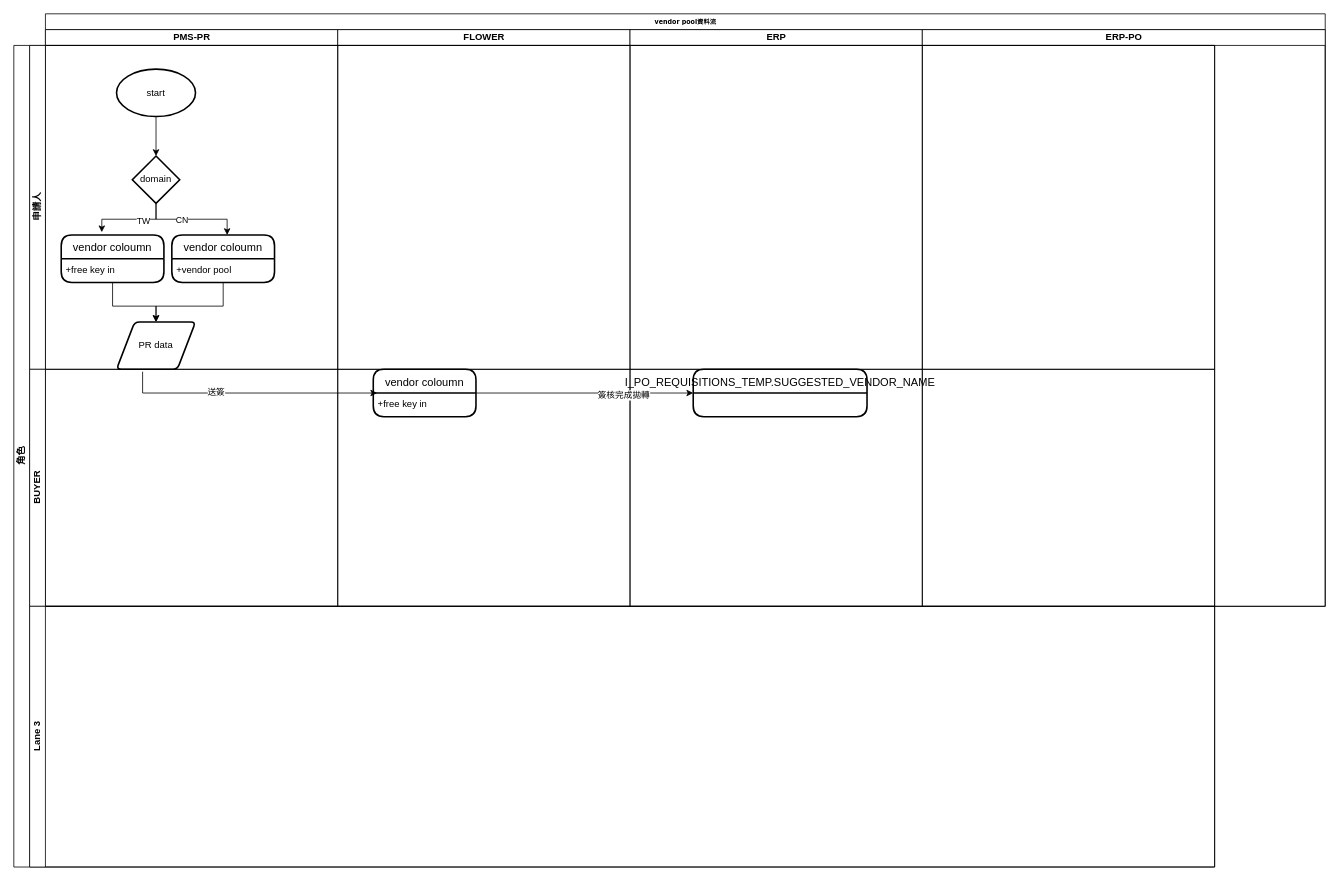
Above: 未命名绘图.drawio in kevin94705/HW3M10923023 (draw.io), before the change. Source tidied: cells renumbered, new cells numbered last; positions are measured from the earlier drawing's top-left corner, leaving out a move shared by most shapes. Both pictures are drawn from the tidied source at 79%, with x=0, y=0 at pixel (13, 13).
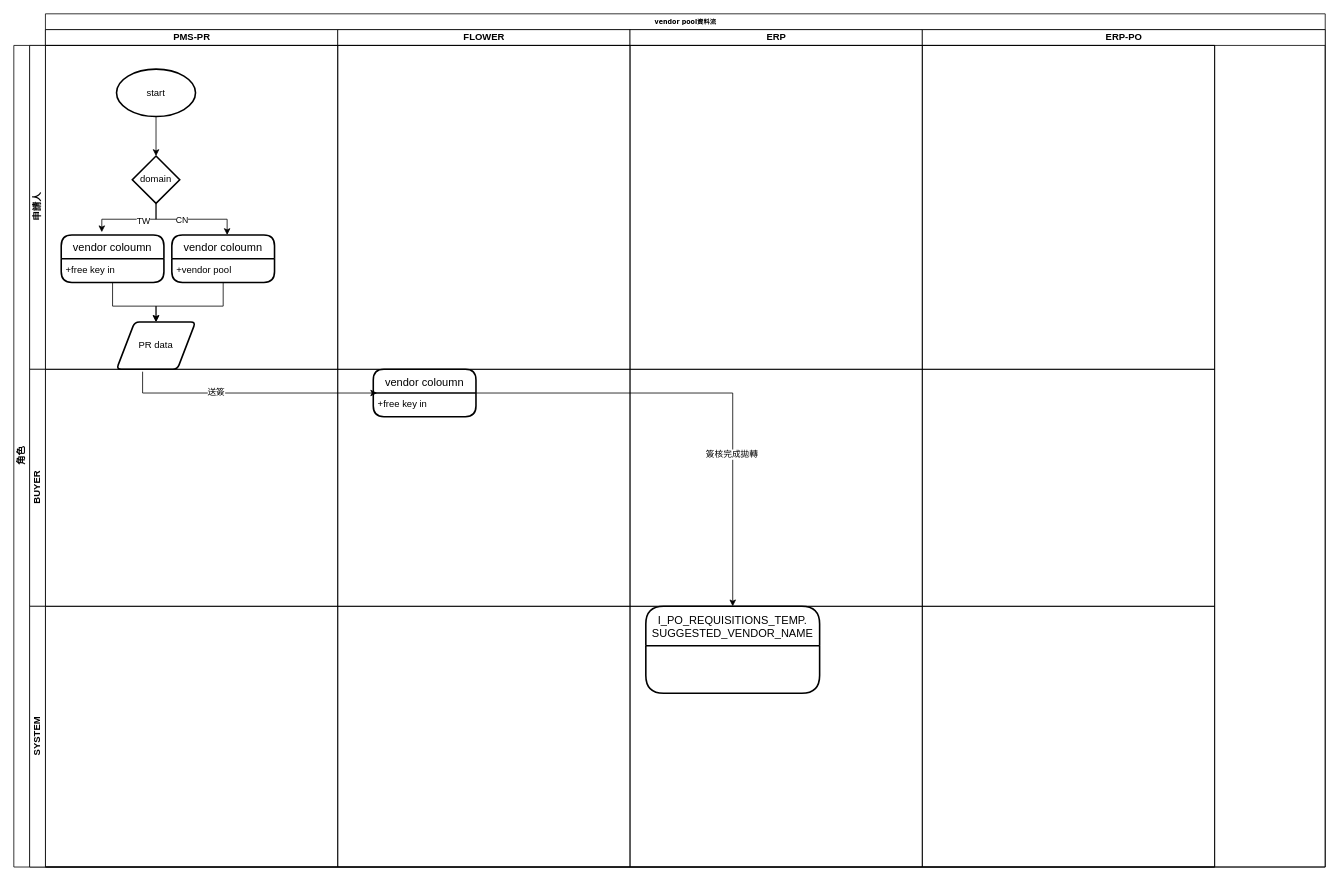
The same page after the edit.

Commit message:
更新未命名绘图.drawio

Unchanged cells that the change refers to:
```xml
<mxCell id="13" value="角色" style="swimlane;horizontal=0;startSize=20;html=1;" parent="1" vertex="1">
  <mxGeometry y="40" width="1520" height="1040" as="geometry" />
</mxCell>
<mxCell id="19" value="BUYER" style="swimlane;startSize=20;horizontal=0;html=1;" parent="13" vertex="1">
  <mxGeometry x="20" y="410" width="1500" height="300" as="geometry" />
</mxCell>
<mxCell id="21" value="+free key in" style="align=left;strokeColor=none;fillColor=none;spacingLeft=4;fontSize=12;verticalAlign=top;" parent="20" vertex="1">
  <mxGeometry y="30" width="130" height="30" as="geometry" />
</mxCell>
```

The edit, as a diff of the source:
```diff
@@
     <mxCell id="2" value="vendor pool資料流" style="swimlane;html=1;startSize=20;rounded=0;shadow=0;labelBackgroundColor=none;strokeWidth=1;fontFamily=Verdana;fontSize=8;align=center;" parent="1" vertex="1">
-      <mxGeometry x="40" width="1620" height="750" as="geometry" />
+      <mxGeometry x="40" width="1620" height="1080" as="geometry" />
     </mxCell>
     <mxCell id="3" value="PMS-PR" style="swimlane;html=1;startSize=20;" parent="2" vertex="1">
-      <mxGeometry y="20" width="370" height="730" as="geometry" />
+      <mxGeometry y="20" width="370" height="1060" as="geometry" />
     </mxCell>
@@
     <mxCell id="10" value="FLOWER" style="swimlane;html=1;startSize=20;" parent="2" vertex="1">
-      <mxGeometry x="370" y="20" width="370" height="730" as="geometry" />
+      <mxGeometry x="370" y="20" width="370" height="1060" as="geometry" />
     </mxCell>
     <mxCell id="11" value="ERP" style="swimlane;html=1;startSize=20;" parent="2" vertex="1">
-      <mxGeometry x="740" y="20" width="370" height="730" as="geometry" />
+      <mxGeometry x="740" y="20" width="370" height="1060" as="geometry" />
     </mxCell>
     <mxCell id="12" value="ERP-PO" style="swimlane;html=1;startSize=20;" parent="2" vertex="1">
-      <mxGeometry x="1110" y="20" width="510" height="730" as="geometry" />
+      <mxGeometry x="1110" y="20" width="510" height="1060" as="geometry" />
     </mxCell>
@@
+    <mxCell id="25" value="SYSTEM&lt;br&gt;" style="swimlane;startSize=20;horizontal=0;html=1;" parent="13" vertex="1">
+      <mxGeometry x="20" y="710" width="1500" height="330" as="geometry" />
+    </mxCell>
+    <mxCell id="24" value="I_PO_REQUISITIONS_TEMP.&#10;SUGGESTED_VENDOR_NAME" style="swimlane;horizontal=1;startSize=50;rounded=1;fontSize=14;fontStyle=0;strokeWidth=2;shadow=0;dashed=0;align=center;" parent="25" vertex="1">
+      <mxGeometry x="780" width="220" height="110" as="geometry" />
+    </mxCell>
-    <mxCell id="22" style="endArrow=classic;html=1;rounded=0;exitX=1;exitY=0;exitDx=0;exitDy=0;entryX=0;entryY=0;entryDx=0;entryDy=0;" parent="19" edge="1" source="21">
+    <mxCell id="22" style="endArrow=classic;html=1;rounded=0;exitX=1;exitY=0;exitDx=0;exitDy=0;entryX=0.5;entryY=0;entryDx=0;entryDy=0;" parent="13" edge="1" source="21" target="24">
       <mxGeometry relative="1" as="geometry">
-        <mxPoint x="840" y="30" as="targetPoint" />
+        <Array as="points">
+          <mxPoint x="910" y="440" />
+        </Array>
       </mxGeometry>
     </mxCell>
@@
-    <mxCell id="24" value="I_PO_REQUISITIONS_TEMP.SUGGESTED_VENDOR_NAME" style="swimlane;horizontal=1;startSize=30;rounded=1;fontSize=14;fontStyle=0;strokeWidth=2;shadow=0;dashed=0;align=center;" parent="19" vertex="1">
-      <mxGeometry x="840" width="220" height="60" as="geometry" />
-    </mxCell>
-    <mxCell id="25" value="Lane 3" style="swimlane;startSize=20;horizontal=0;html=1;" parent="13" vertex="1">
-      <mxGeometry x="20" y="710" width="1500" height="330" as="geometry" />
-    </mxCell>
```
